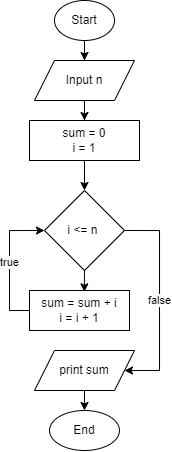
Before: Bai 1/FlowChart_1a.drawio.png, a diagram exported from draw.io (QuocNGN/flow-chart-code). Source tidied: cells renumbered, new cells last; positions are measured from the earlier drawing's top-left corner, leaving out a move shared by most shapes.
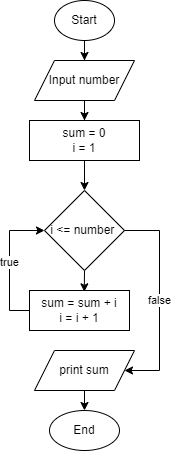
The same diagram one commit later.

Diff of the diagram source:
```diff
@@ -14,7 +14,7 @@
     <mxCell id="5" style="edgeStyle=orthogonalEdgeStyle;rounded=0;jettySize=auto;html=1;entryX=0.5;entryY=0;entryDx=0;entryDy=0;" parent="2" edge="1" source="6" target="8">
       <mxGeometry relative="1" as="geometry" />
     </mxCell>
-    <mxCell id="6" value="Input n" style="shape=parallelogram;perimeter=parallelogramPerimeter;whiteSpace=wrap;html=1;fixedSize=1;" parent="2" vertex="1">
+    <mxCell id="6" value="Input number" style="shape=parallelogram;perimeter=parallelogramPerimeter;whiteSpace=wrap;html=1;fixedSize=1;" parent="2" vertex="1">
       <mxGeometry x="5" y="60" width="100" height="40" as="geometry" />
     </mxCell>
     <mxCell id="7" style="edgeStyle=orthogonalEdgeStyle;rounded=0;jettySize=auto;html=1;entryX=0.5;entryY=0;entryDx=0;entryDy=0;" parent="2" edge="1" source="8" target="10">
@@ -31,7 +31,7 @@
         </Array>
       </mxGeometry>
     </mxCell>
-    <mxCell id="10" value="i &amp;lt;= n&amp;nbsp;" style="rhombus;whiteSpace=wrap;html=1;" parent="2" vertex="1">
+    <mxCell id="10" value="i &amp;lt;= number&amp;nbsp;" style="rhombus;whiteSpace=wrap;html=1;" parent="2" vertex="1">
       <mxGeometry x="15" y="190" width="80" height="80" as="geometry" />
     </mxCell>
     <mxCell id="11" value="true" style="edgeStyle=orthogonalEdgeStyle;rounded=0;jettySize=auto;html=1;exitX=0;exitY=0.5;exitDx=0;exitDy=0;entryX=0;entryY=0.5;entryDx=0;entryDy=0;" parent="2" edge="1" source="12" target="10">
```
